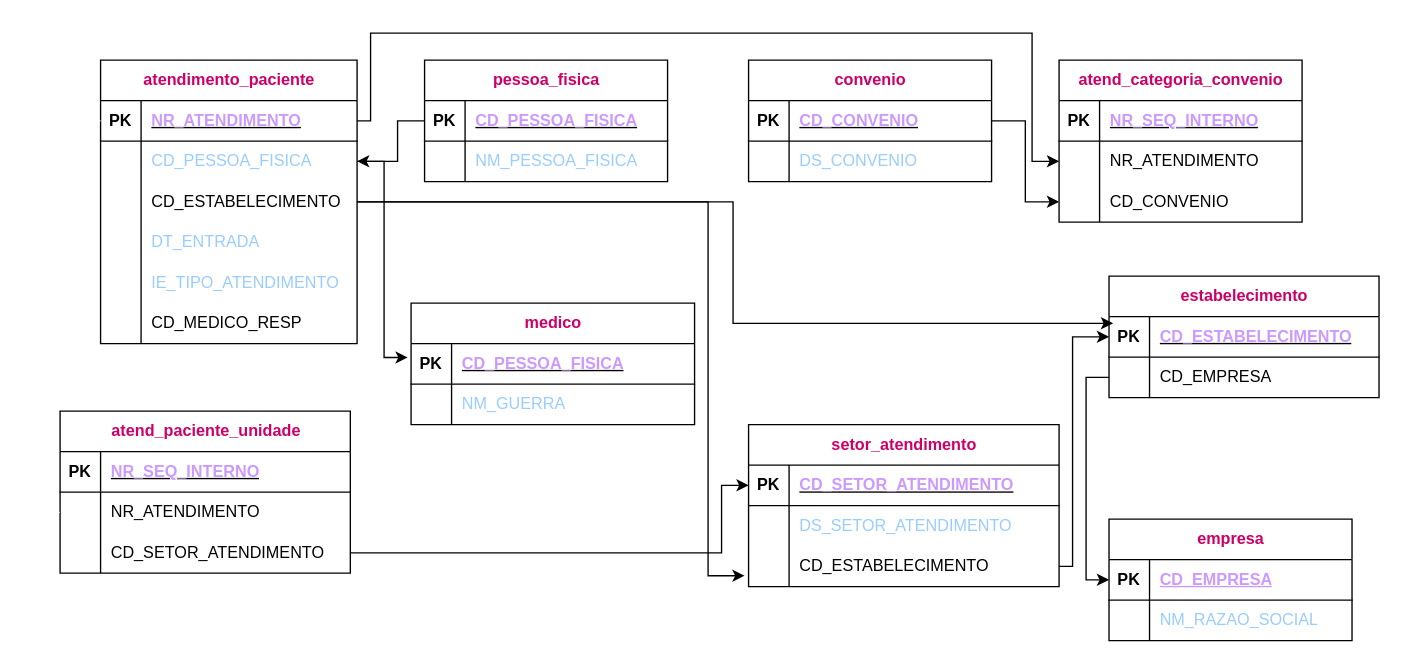
PatriciaGavloski/diagramas.sql keeps this draw.io diagram as Exercício_10.drawio. Above is the earlier version. Source tidied: cells renumbered, new cells numbered last; positions are measured from the earlier drawing's top-left corner, leaving out a move shared by most shapes. Both pictures are drawn from the tidied source at 135%, with x=0, y=0 at pixel (59, 32).
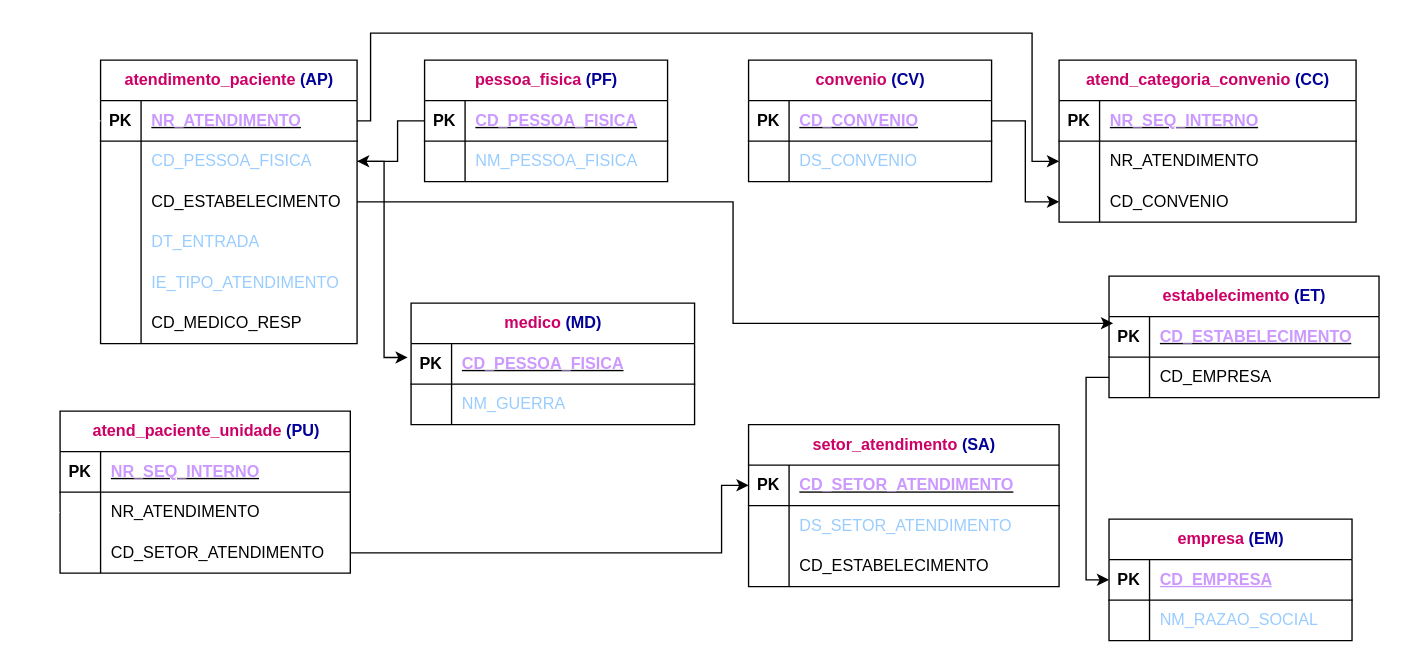
The same diagram, later.

Unchanged cells that the change refers to:
```xml
<mxCell id="9" style="shape=tableRow;horizontal=0;startSize=0;swimlaneHead=0;swimlaneBody=0;fillColor=none;points=[[0,0.5],[1,0.5]];portConstraint=eastwest;top=0;left=0;right=0;bottom=0;" parent="2" vertex="1">
  <mxGeometry y="90" width="190" height="30" as="geometry" />
</mxCell>
<mxCell id="59" style="shape=tableRow;horizontal=0;startSize=0;swimlaneHead=0;swimlaneBody=0;fillColor=none;points=[[0,0.5],[1,0.5]];portConstraint=eastwest;top=0;left=0;right=0;bottom=0;" parent="52" vertex="1">
  <mxGeometry y="90" width="230" height="30" as="geometry" />
</mxCell>
<mxCell id="87" style="shape=tableRow;horizontal=0;startSize=0;swimlaneHead=0;swimlaneBody=0;fillColor=none;points=[[0,0.5],[1,0.5]];portConstraint=eastwest;top=0;left=0;right=0;bottom=1;" parent="86" vertex="1">
  <mxGeometry y="30" width="200" height="30" as="geometry" />
</mxCell>
```

Change to the diagram source:
```diff
@@
-    <mxCell id="2" value="&lt;font color=&quot;#cc0066&quot;&gt;atendimento_paciente&lt;/font&gt;" style="shape=table;startSize=30;childLayout=tableLayout;rowLines=0;fontStyle=1;align=center;html=1;" parent="1" vertex="1">
+    <mxCell id="2" value="&lt;font color=&quot;#cc0066&quot;&gt;atendimento_paciente &lt;/font&gt;&lt;font color=&quot;#000099&quot;&gt;(AP)&lt;/font&gt;" style="shape=table;startSize=30;childLayout=tableLayout;rowLines=0;fontStyle=1;align=center;html=1;" parent="1" vertex="1">
       <mxGeometry x="30" y="20" width="190" height="210" as="geometry" />
     </mxCell>
@@
-    <mxCell id="21" value="&lt;font color=&quot;#cc0066&quot;&gt;pessoa_fisica&lt;/font&gt;" style="shape=table;startSize=30;childLayout=tableLayout;rowLines=0;fontStyle=1;align=center;html=1;" parent="1" vertex="1">
+    <mxCell id="21" value="&lt;font color=&quot;#cc0066&quot;&gt;pessoa_fisica &lt;/font&gt;&lt;font color=&quot;#000099&quot;&gt;(PF)&lt;/font&gt;" style="shape=table;startSize=30;childLayout=tableLayout;rowLines=0;fontStyle=1;align=center;html=1;" parent="1" vertex="1">
       <mxGeometry x="270" y="20" width="180" height="90" as="geometry" />
     </mxCell>
@@
-    <mxCell id="28" value="&lt;font color=&quot;#cc0066&quot;&gt;medico&lt;/font&gt;" style="shape=table;startSize=30;childLayout=tableLayout;rowLines=0;fontStyle=1;align=center;html=1;" parent="1" vertex="1">
+    <mxCell id="28" value="&lt;font color=&quot;#cc0066&quot;&gt;medico &lt;/font&gt;&lt;font color=&quot;#000099&quot;&gt;(MD)&lt;/font&gt;" style="shape=table;startSize=30;childLayout=tableLayout;rowLines=0;fontStyle=1;align=center;html=1;" parent="1" vertex="1">
       <mxGeometry x="260" y="200" width="210" height="90" as="geometry" />
     </mxCell>
@@
-    <mxCell id="35" value="&lt;font color=&quot;#cc0066&quot;&gt;atend_paciente_unidade&lt;/font&gt;" style="shape=table;startSize=30;childLayout=tableLayout;rowLines=0;fontStyle=1;align=center;html=1;" parent="1" vertex="1">
+    <mxCell id="35" value="&lt;font color=&quot;#cc0066&quot;&gt;atend_paciente_unidade &lt;/font&gt;&lt;font color=&quot;#000099&quot;&gt;(PU)&lt;/font&gt;" style="shape=table;startSize=30;childLayout=tableLayout;rowLines=0;fontStyle=1;align=center;html=1;" parent="1" vertex="1">
       <mxGeometry y="280" width="215" height="120" as="geometry" />
     </mxCell>
@@
-    <mxCell id="45" value="&lt;font color=&quot;#cc0066&quot;&gt;convenio&lt;/font&gt;" style="shape=table;startSize=30;childLayout=tableLayout;rowLines=0;fontStyle=1;align=center;html=1;" parent="1" vertex="1">
+    <mxCell id="45" value="&lt;font color=&quot;#cc0066&quot;&gt;convenio &lt;/font&gt;&lt;font color=&quot;#000099&quot;&gt;(CV)&lt;/font&gt;" style="shape=table;startSize=30;childLayout=tableLayout;rowLines=0;fontStyle=1;align=center;html=1;" parent="1" vertex="1">
       <mxGeometry x="510" y="20" width="180" height="90" as="geometry" />
     </mxCell>
@@
-    <mxCell id="52" value="&lt;font color=&quot;#cc0066&quot;&gt;setor_atendimento&lt;/font&gt;" style="shape=table;startSize=30;childLayout=tableLayout;rowLines=0;fontStyle=1;align=center;html=1;" parent="1" vertex="1">
+    <mxCell id="52" value="&lt;font color=&quot;#cc0066&quot;&gt;setor_atendimento &lt;/font&gt;&lt;font color=&quot;#000099&quot;&gt;(SA)&lt;/font&gt;" style="shape=table;startSize=30;childLayout=tableLayout;rowLines=0;fontStyle=1;align=center;html=1;" parent="1" vertex="1">
       <mxGeometry x="510" y="290" width="230" height="120" as="geometry" />
     </mxCell>
@@
-    <mxCell id="62" value="&lt;font color=&quot;#cc0066&quot;&gt;atend_categoria_convenio&lt;/font&gt;" style="shape=table;startSize=30;childLayout=tableLayout;rowLines=0;fontStyle=1;align=center;html=1;" parent="1" vertex="1">
-      <mxGeometry x="740" y="20" width="180" height="120" as="geometry" />
+    <mxCell id="62" value="&lt;font color=&quot;#cc0066&quot;&gt;atend_categoria_convenio &lt;/font&gt;&lt;font color=&quot;#000099&quot;&gt;(CC)&lt;/font&gt;" style="shape=table;startSize=30;childLayout=tableLayout;rowLines=0;fontStyle=1;align=center;html=1;" parent="1" vertex="1">
+      <mxGeometry x="740" y="20" width="220" height="120" as="geometry" />
     </mxCell>
     <mxCell id="63" style="shape=tableRow;horizontal=0;startSize=0;swimlaneHead=0;swimlaneBody=0;fillColor=none;top=0;left=0;right=0;bottom=1;" parent="62" vertex="1">
-      <mxGeometry y="30" width="180" height="30" as="geometry" />
+      <mxGeometry y="30" width="220" height="30" as="geometry" />
     </mxCell>
@@
     <mxCell id="65" value="&lt;font color=&quot;#cc99ff&quot;&gt;NR_SEQ_INTERNO&lt;/font&gt;" style="shape=partialRectangle;fillColor=none;top=0;left=0;bottom=0;right=0;align=left;spacingLeft=6;fontStyle=5;overflow=hidden;whiteSpace=wrap;html=1;" parent="63" vertex="1">
-      <mxGeometry x="30" width="150" height="30" as="geometry" />
+      <mxGeometry x="30" width="190" height="30" as="geometry" />
     </mxCell>
     <mxCell id="66" style="shape=tableRow;horizontal=0;startSize=0;swimlaneHead=0;swimlaneBody=0;fillColor=none;points=[[0,0.5],[1,0.5]];portConstraint=eastwest;top=0;left=0;right=0;bottom=0;" parent="62" vertex="1">
-      <mxGeometry y="60" width="180" height="30" as="geometry" />
+      <mxGeometry y="60" width="220" height="30" as="geometry" />
     </mxCell>
@@
     <mxCell id="68" value="NR_ATENDIMENTO" style="shape=partialRectangle;fillColor=none;top=0;left=0;bottom=0;right=0;align=left;spacingLeft=6;overflow=hidden;whiteSpace=wrap;html=1;" parent="66" vertex="1">
-      <mxGeometry x="30" width="150" height="30" as="geometry" />
+      <mxGeometry x="30" width="190" height="30" as="geometry" />
     </mxCell>
     <mxCell id="69" style="shape=tableRow;horizontal=0;startSize=0;swimlaneHead=0;swimlaneBody=0;fillColor=none;points=[[0,0.5],[1,0.5]];portConstraint=eastwest;top=0;left=0;right=0;bottom=0;" parent="62" vertex="1">
-      <mxGeometry y="90" width="180" height="30" as="geometry" />
+      <mxGeometry y="90" width="220" height="30" as="geometry" />
     </mxCell>
@@
     <mxCell id="71" value="CD_CONVENIO" style="shape=partialRectangle;fillColor=none;top=0;left=0;bottom=0;right=0;align=left;spacingLeft=6;overflow=hidden;whiteSpace=wrap;html=1;" parent="69" vertex="1">
-      <mxGeometry x="30" width="150" height="30" as="geometry" />
+      <mxGeometry x="30" width="190" height="30" as="geometry" />
     </mxCell>
@@
-    <mxCell id="78" value="&lt;font color=&quot;#cc0066&quot;&gt;empresa&lt;/font&gt;" style="shape=table;startSize=30;childLayout=tableLayout;rowLines=0;fontStyle=1;align=center;html=1;" parent="1" vertex="1">
+    <mxCell id="78" value="&lt;font color=&quot;#cc0066&quot;&gt;empresa &lt;/font&gt;&lt;font color=&quot;#000099&quot;&gt;(EM)&lt;/font&gt;" style="shape=table;startSize=30;childLayout=tableLayout;rowLines=0;fontStyle=1;align=center;html=1;" parent="1" vertex="1">
       <mxGeometry x="777" y="360" width="180" height="90" as="geometry" />
     </mxCell>
@@
-    <mxCell id="85" style="edgeStyle=orthogonalEdgeStyle;rounded=0;jettySize=auto;html=1;exitX=1;exitY=0.5;exitDx=0;exitDy=0;entryX=-0.013;entryY=0.733;entryDx=0;entryDy=0;entryPerimeter=0;" parent="1" edge="1" source="9" target="59">
-      <mxGeometry relative="1" as="geometry">
-        <Array as="points">
-          <mxPoint x="480" y="125" />
-          <mxPoint x="480" y="402" />
-        </Array>
-      </mxGeometry>
-    </mxCell>
-    <mxCell id="86" value="&lt;font color=&quot;#cc0066&quot;&gt;estabelecimento&lt;/font&gt;" style="shape=table;startSize=30;childLayout=tableLayout;rowLines=0;fontStyle=1;align=center;html=1;" parent="1" vertex="1">
+    <mxCell id="86" value="&lt;font color=&quot;#cc0066&quot;&gt;estabelecimento &lt;/font&gt;&lt;font color=&quot;#000099&quot;&gt;(ET)&lt;/font&gt;" style="shape=table;startSize=30;childLayout=tableLayout;rowLines=0;fontStyle=1;align=center;html=1;" parent="1" vertex="1">
       <mxGeometry x="777" y="180" width="200" height="90" as="geometry" />
     </mxCell>
@@
-    <mxCell id="93" style="edgeStyle=orthogonalEdgeStyle;rounded=0;jettySize=auto;html=1;exitX=1;exitY=0.5;exitDx=0;exitDy=0;entryX=0;entryY=0.5;entryDx=0;entryDy=0;" parent="1" edge="1" source="59" target="87">
-      <mxGeometry relative="1" as="geometry">
-        <Array as="points">
-          <mxPoint x="750" y="395" />
-          <mxPoint x="750" y="225" />
-        </Array>
-      </mxGeometry>
-    </mxCell>
```
